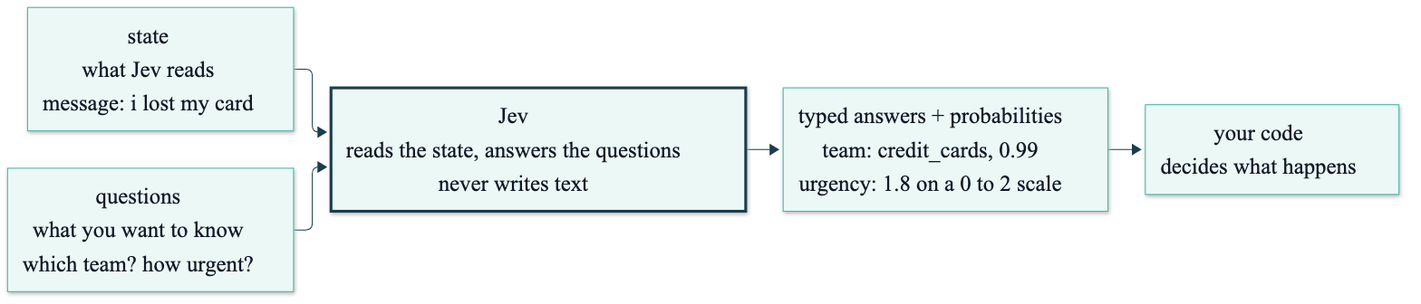
This is course/diagrams/module_01/what-is-jev.png from axel-sirota/getting_started_jev, a Mermaid export, as it was before one commit. Its source is kept beside it as course/diagrams/module_01/what-is-jev.mmd.
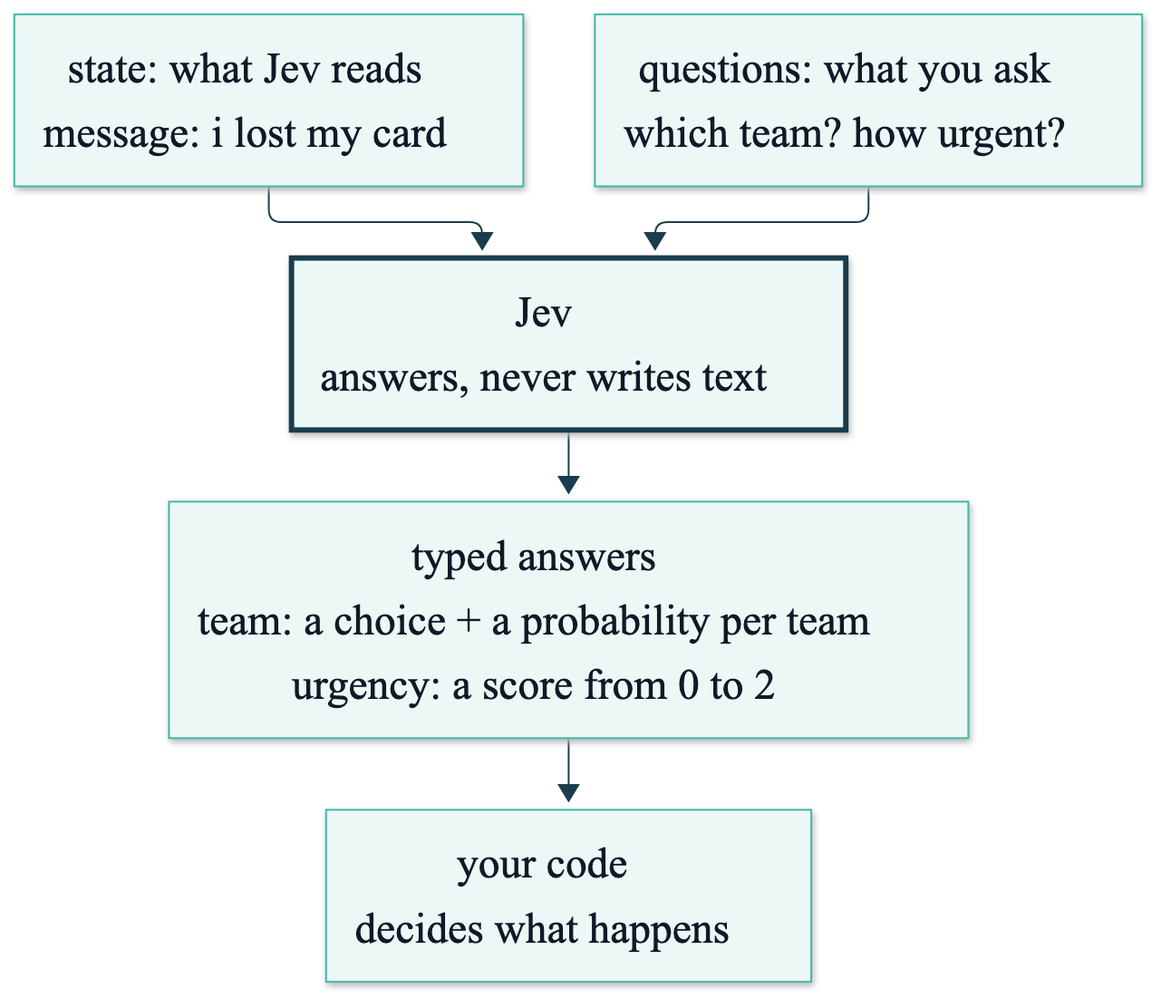
Above is the later version.

Diff of the diagram source:
```diff
@@ -1,9 +1,9 @@
 %%{init: {"theme": "base", "themeVariables": {"fontFamily": "Inter, sans-serif", "primaryColor": "#ECF8F6", "primaryBorderColor": "#40B8A6", "primaryTextColor": "#111827", "lineColor": "#1A3D4D", "secondaryColor": "#F9FAFB", "tertiaryColor": "#FFFFFF", "clusterBkg": "#F9FAFB", "clusterBorder": "#D1D5DB", "actorBkg": "#ECF8F6", "actorBorder": "#40B8A6", "noteBkgColor": "#FFF6DA", "noteBorderColor": "#E0B84C"}}}%%
-flowchart LR
-  ST["state<br/>what Jev reads<br/>message: i lost my card"]
-  Q["questions<br/>what you want to know<br/>which team? how urgent?"]
-  J["Jev<br/>reads the state, answers the questions<br/>never writes text"]
-  A["typed answers + probabilities<br/>team: credit_cards, 0.99<br/>urgency: 1.8 on a 0 to 2 scale"]
+flowchart TD
+  ST["state: what Jev reads<br/>message: i lost my card"]
+  Q["questions: what you ask<br/>which team? how urgent?"]
+  J["Jev<br/>answers, never writes text"]
+  A["typed answers<br/>team: a choice + a probability per team<br/>urgency: a score from 0 to 2"]
   C["your code<br/>decides what happens"]
   ST --> J
   Q --> J
```
